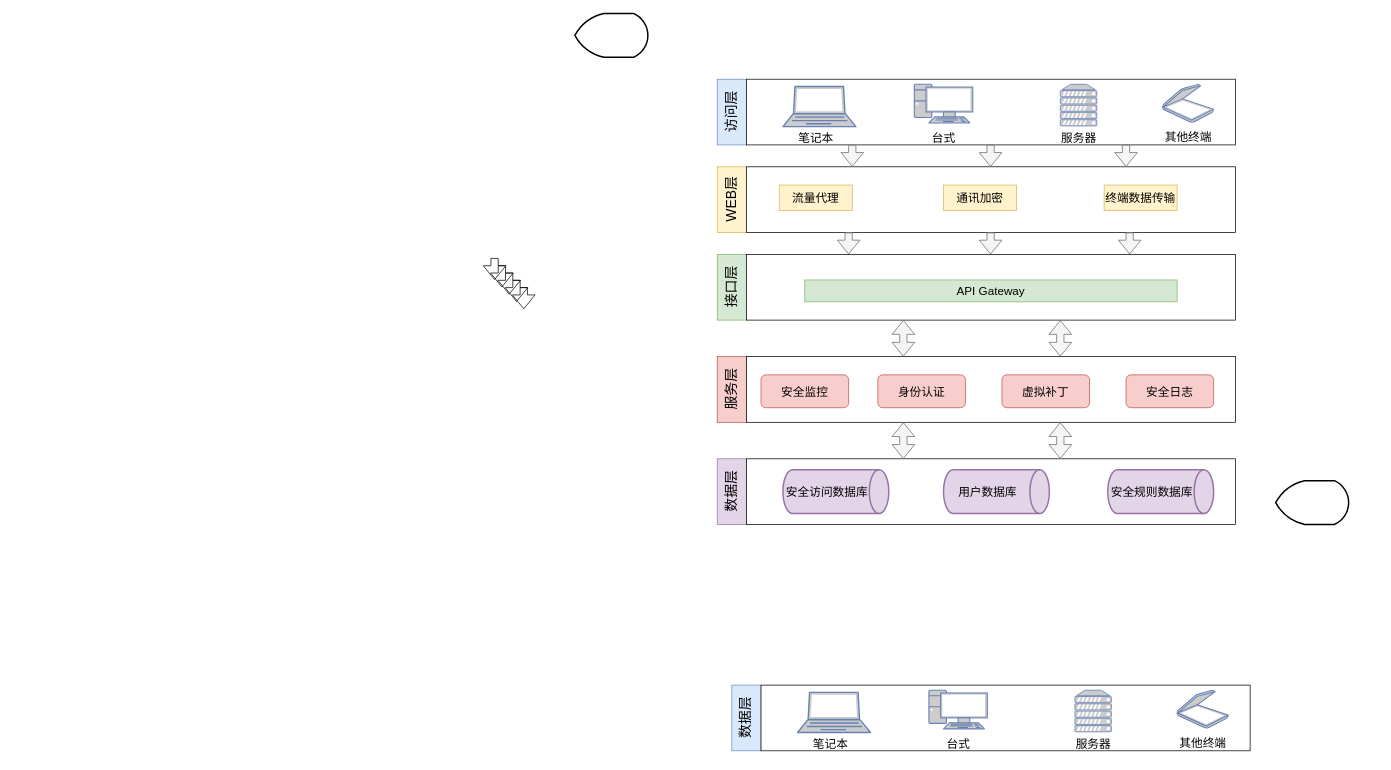
Moose1273/- keeps this draw.io diagram as testDirectory/系统框架.drawio. Above is the earlier version. Source tidied: cells renumbered, new cells numbered last; positions are measured from the earlier drawing's top-left corner, leaving out a move shared by most shapes. Both pictures are drawn from the tidied source at 73%, with x=0, y=0 at pixel (494, 13).
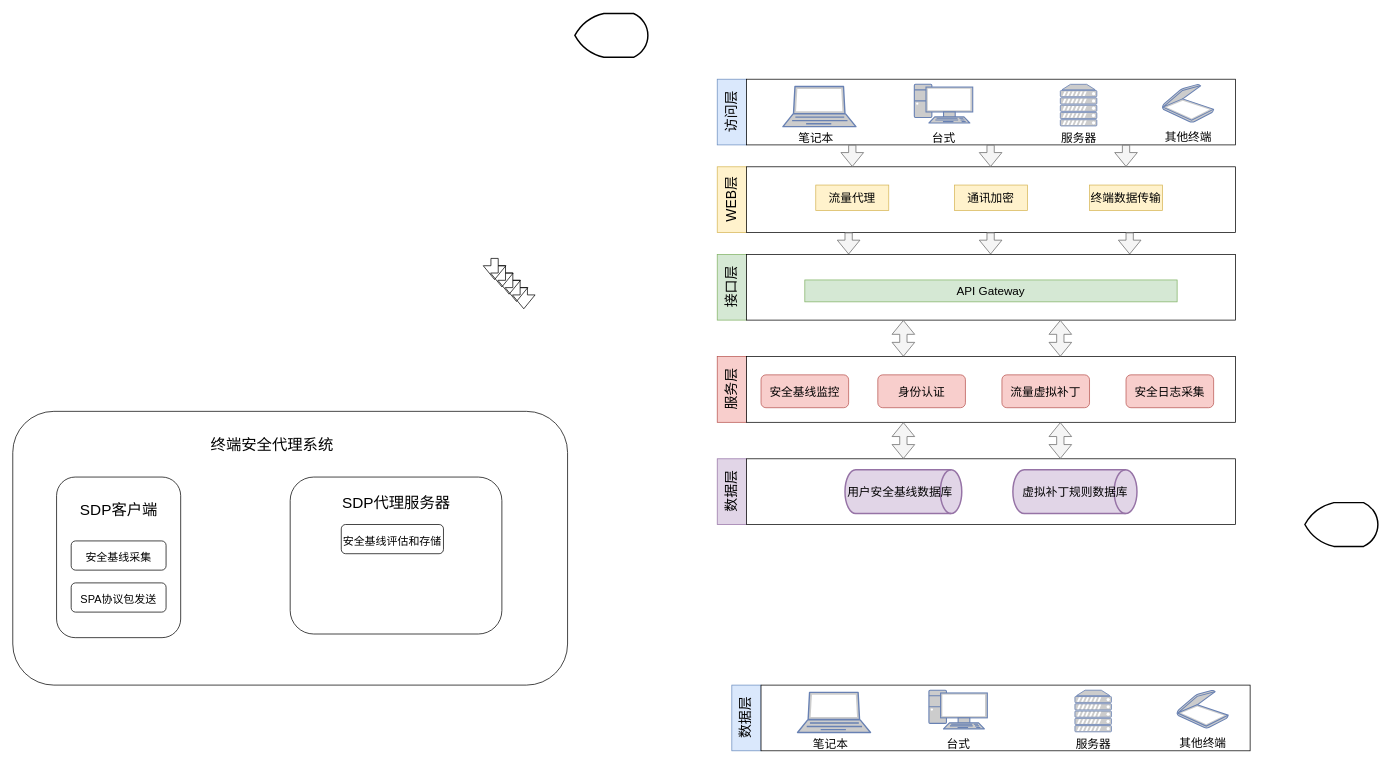
The same diagram, later.

Commit message:
更新系统框架.drawio

Change to the diagram source:
```diff
@@
     <mxCell id="33" value="流量代理" style="rounded=0;whiteSpace=wrap;html=1;fontSize=16;fillColor=#fff2cc;strokeColor=#d6b656;" parent="1" vertex="1">
-      <mxGeometry x="390" y="235" width="100" height="35" as="geometry" />
+      <mxGeometry x="440" y="235" width="100" height="35" as="geometry" />
     </mxCell>
     <mxCell id="34" value="通讯加密" style="rounded=0;whiteSpace=wrap;html=1;fontSize=16;fillColor=#fff2cc;strokeColor=#d6b656;" parent="1" vertex="1">
-      <mxGeometry x="615" y="235" width="100" height="35" as="geometry" />
+      <mxGeometry x="630" y="235" width="100" height="35" as="geometry" />
     </mxCell>
     <mxCell id="35" value="终端数据传输" style="rounded=0;whiteSpace=wrap;html=1;fontSize=16;fillColor=#fff2cc;strokeColor=#d6b656;" parent="1" vertex="1">
-      <mxGeometry x="835" y="235" width="100" height="35" as="geometry" />
+      <mxGeometry x="815" y="235" width="100" height="35" as="geometry" />
     </mxCell>
@@
-    <mxCell id="37" value="安全监控" style="rounded=1;whiteSpace=wrap;html=1;fontSize=16;fillColor=#f8cecc;strokeColor=#b85450;" parent="1" vertex="1">
+    <mxCell id="37" value="安全基线监控" style="rounded=1;whiteSpace=wrap;html=1;fontSize=16;fillColor=#f8cecc;strokeColor=#b85450;" parent="1" vertex="1">
       <mxGeometry x="365" y="495" width="120" height="45" as="geometry" />
     </mxCell>
@@
-    <mxCell id="39" value="虚拟补丁" style="rounded=1;whiteSpace=wrap;html=1;fontSize=16;fillColor=#f8cecc;strokeColor=#b85450;" parent="1" vertex="1">
+    <mxCell id="39" value="流量虚拟补丁" style="rounded=1;whiteSpace=wrap;html=1;fontSize=16;fillColor=#f8cecc;strokeColor=#b85450;" parent="1" vertex="1">
       <mxGeometry x="695" y="495" width="120" height="45" as="geometry" />
     </mxCell>
-    <mxCell id="40" value="安全日志" style="rounded=1;whiteSpace=wrap;html=1;fontSize=16;fillColor=#f8cecc;strokeColor=#b85450;" parent="1" vertex="1">
+    <mxCell id="40" value="安全日志采集" style="rounded=1;whiteSpace=wrap;html=1;fontSize=16;fillColor=#f8cecc;strokeColor=#b85450;" parent="1" vertex="1">
       <mxGeometry x="865" y="495" width="120" height="45" as="geometry" />
     </mxCell>
@@
     <mxCell id="44" style="strokeWidth=2;html=1;shape=mxgraph.flowchart.direct_data;whiteSpace=wrap;fontSize=16;fillColor=#e1d5e7;strokeColor=#9673a6;" parent="1" vertex="1">
-      <mxGeometry x="395" y="625" width="145" height="60" as="geometry" />
+      <mxGeometry x="480" y="625" width="160" height="60" as="geometry" />
     </mxCell>
-    <mxCell id="45" value="&lt;span style=&quot;&quot;&gt;安全访问数据库&lt;/span&gt;" style="text;html=1;align=center;verticalAlign=middle;strokeColor=none;fillColor=none;fontSize=16;" parent="1" vertex="1">
-      <mxGeometry x="385" y="640" width="140" height="30" as="geometry" />
+    <mxCell id="45" value="&lt;span style=&quot;&quot;&gt;用户安全基线数据库&lt;/span&gt;" style="text;html=1;align=center;verticalAlign=middle;strokeColor=none;fillColor=none;fontSize=16;" parent="1" vertex="1">
+      <mxGeometry x="470" y="640" width="170" height="30" as="geometry" />
     </mxCell>
     <mxCell id="46" style="strokeWidth=2;html=1;shape=mxgraph.flowchart.direct_data;whiteSpace=wrap;fontSize=16;fillColor=#e1d5e7;strokeColor=#9673a6;" parent="1" vertex="1">
-      <mxGeometry x="840" y="625" width="145" height="60" as="geometry" />
+      <mxGeometry x="710" y="625" width="170" height="60" as="geometry" />
     </mxCell>
-    <mxCell id="47" value="安全规则数据库" style="text;html=1;align=center;verticalAlign=middle;strokeColor=none;fillColor=none;fontSize=16;" parent="1" vertex="1">
-      <mxGeometry x="830" y="640" width="140" height="30" as="geometry" />
+    <mxCell id="47" value="虚拟补丁规则数据库" style="text;html=1;align=center;verticalAlign=middle;strokeColor=none;fillColor=none;fontSize=16;" parent="1" vertex="1">
+      <mxGeometry x="710" y="640" width="170" height="30" as="geometry" />
     </mxCell>
-    <mxCell id="48" style="strokeWidth=2;html=1;shape=mxgraph.flowchart.direct_data;whiteSpace=wrap;fontSize=16;fillColor=#e1d5e7;strokeColor=#9673a6;" parent="1" vertex="1">
-      <mxGeometry x="615" y="625" width="145" height="60" as="geometry" />
-    </mxCell>
-    <mxCell id="49" value="&lt;span style=&quot;&quot;&gt;用户数据库&lt;/span&gt;" style="text;html=1;align=center;verticalAlign=middle;strokeColor=none;fillColor=none;fontSize=16;" parent="1" vertex="1">
-      <mxGeometry x="625" y="640" width="100" height="30" as="geometry" />
-    </mxCell>
@@
     <mxCell id="51" style="strokeWidth=2;html=1;shape=mxgraph.flowchart.display;whiteSpace=wrap;fontSize=16;" parent="1" vertex="1">
-      <mxGeometry x="1070" y="640" width="100" height="60" as="geometry" />
+      <mxGeometry x="1110" y="670" width="100" height="60" as="geometry" />
     </mxCell>
@@
+    <mxCell id="67" style="rounded=1;whiteSpace=wrap;html=1;" parent="1" vertex="1">
+      <mxGeometry x="-660" y="545" width="760" height="375" as="geometry" />
+    </mxCell>
+    <mxCell id="68" style="rounded=1;whiteSpace=wrap;html=1;" parent="1" vertex="1">
+      <mxGeometry x="-600" y="635" width="170" height="220" as="geometry" />
+    </mxCell>
+    <mxCell id="69" style="rounded=1;whiteSpace=wrap;html=1;" parent="1" vertex="1">
+      <mxGeometry x="-280" y="635" width="290" height="215" as="geometry" />
+    </mxCell>
+    <mxCell id="70" value="&lt;font style=&quot;font-size: 21px;&quot;&gt;终端安全代理系统&lt;/font&gt;" style="text;html=1;align=center;verticalAlign=middle;strokeColor=none;fillColor=none;" parent="1" vertex="1">
+      <mxGeometry x="-400" y="570" width="190" height="40" as="geometry" />
+    </mxCell>
+    <mxCell id="71" value="SDP客户端" style="text;html=1;align=center;verticalAlign=middle;strokeColor=none;fillColor=none;fontSize=21;" parent="1" vertex="1">
+      <mxGeometry x="-580" y="660" width="130" height="40" as="geometry" />
+    </mxCell>
+    <mxCell id="72" value="&lt;font style=&quot;font-size: 15px;&quot;&gt;安全基线采集&lt;/font&gt;" style="rounded=1;whiteSpace=wrap;html=1;fontSize=21;" parent="1" vertex="1">
+      <mxGeometry x="-580" y="722.5" width="130" height="40" as="geometry" />
+    </mxCell>
+    <mxCell id="73" value="&lt;font style=&quot;font-size: 15px;&quot;&gt;SPA协议包发送&lt;/font&gt;" style="rounded=1;whiteSpace=wrap;html=1;fontSize=21;" parent="1" vertex="1">
+      <mxGeometry x="-580" y="780" width="130" height="40" as="geometry" />
+    </mxCell>
+    <mxCell id="74" value="SDP代理服务器" style="text;html=1;align=center;verticalAlign=middle;strokeColor=none;fillColor=none;fontSize=21;" parent="1" vertex="1">
+      <mxGeometry x="-220" y="650" width="170" height="40" as="geometry" />
+    </mxCell>
+    <mxCell id="75" value="&lt;font style=&quot;font-size: 15px;&quot;&gt;安全基线评估和存储&lt;/font&gt;" style="rounded=1;whiteSpace=wrap;html=1;fontSize=21;" parent="1" vertex="1">
+      <mxGeometry x="-210" y="700" width="140" height="40" as="geometry" />
+    </mxCell>
```
